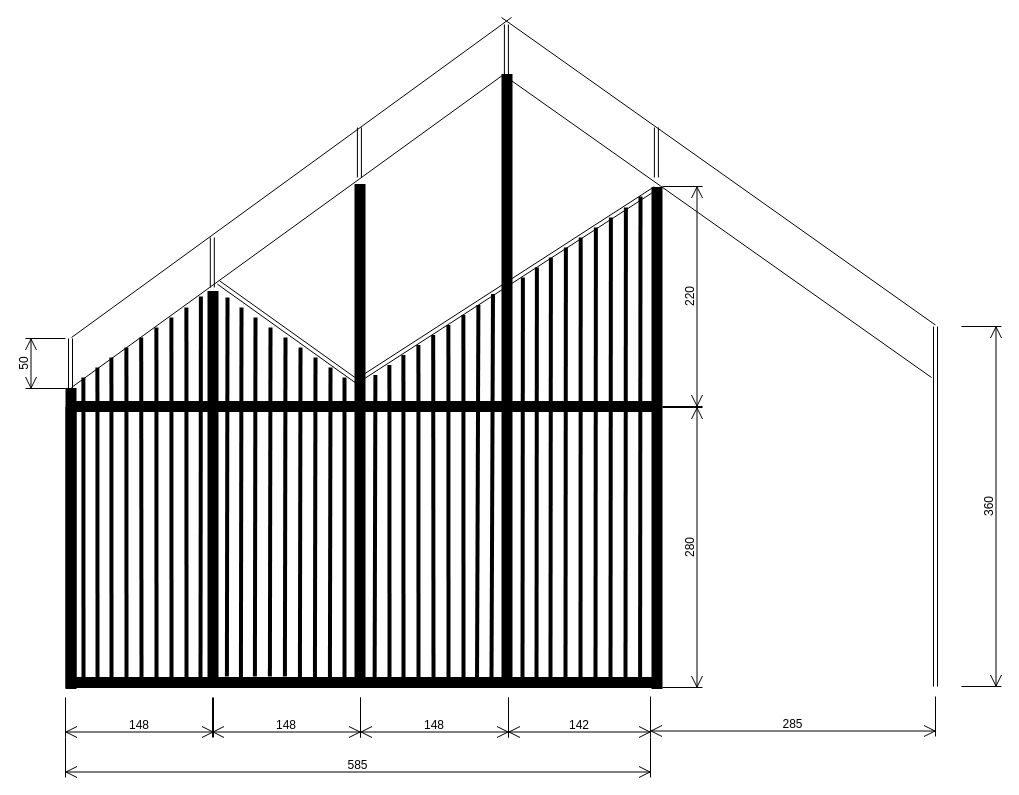
algimas/tmp keeps this draw.io diagram as page "smallFilled" (4 of 6) of House.drawio. Above is the earlier version. Source tidied: cells renumbered, new cells numbered last; positions are measured from the earlier drawing's top-left corner, leaving out a move shared by most shapes. Both pictures are drawn from the tidied source at 100%, with x=0, y=0 at pixel (25, 17).
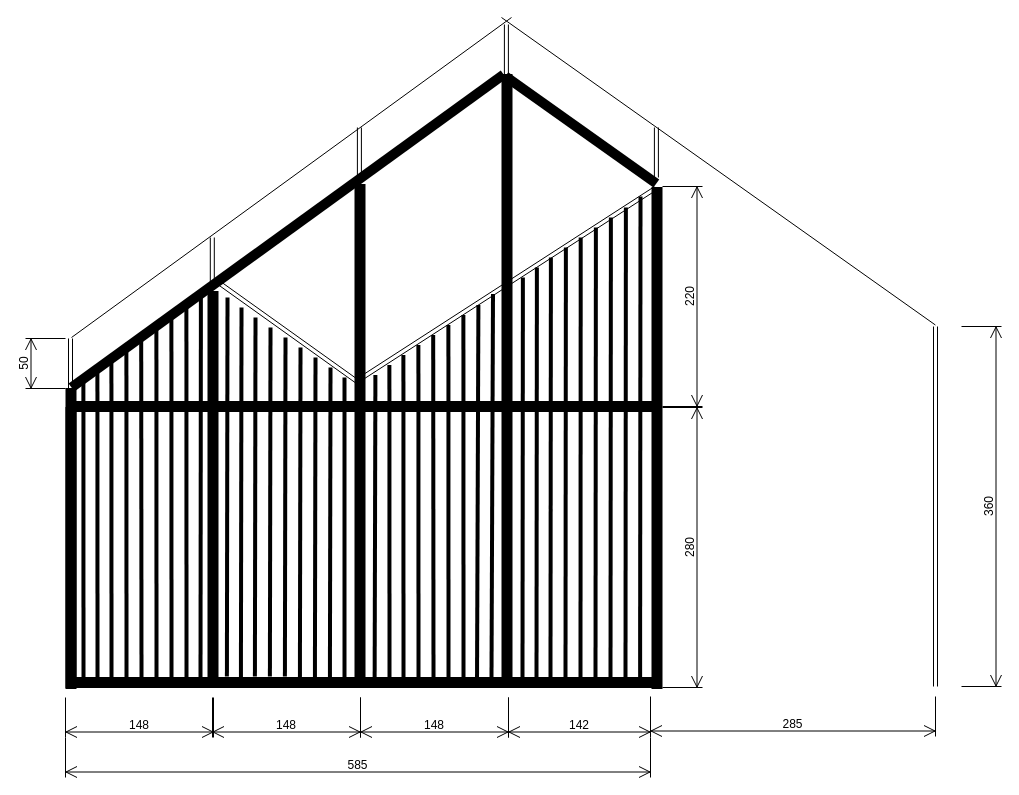
The same diagram, later.

The change refers to these unchanged cells:
```xml
<mxCell id="3" style="verticalLabelPosition=bottom;html=1;verticalAlign=top;align=center;shape=mxgraph.floorplan.wall;fillColor=strokeColor;direction=south;" parent="1" vertex="1">
  <mxGeometry x="476" y="57" width="11" height="613" as="geometry" />
</mxCell>
<mxCell id="5" style="verticalLabelPosition=bottom;html=1;verticalAlign=top;align=center;shape=mxgraph.floorplan.wall;fillColor=strokeColor;direction=south;" parent="1" vertex="1">
  <mxGeometry x="626" y="170" width="11" height="220" as="geometry" />
</mxCell>
```

What changed in the source:
```diff
@@
-    <mxCell id="4" style="endArrow=none;html=1;rounded=0;entryX=0.003;entryY=0.649;entryDx=0;entryDy=0;entryPerimeter=0;exitX=0.139;exitY=1;exitDx=0;exitDy=0;exitPerimeter=0;" parent="1" edge="1" target="3">
-      <mxGeometry relative="1" as="geometry">
-        <mxPoint x="906" y="360" as="sourcePoint" />
-      </mxGeometry>
+    <mxCell id="4" style="endArrow=none;html=1;rounded=0;entryX=0.003;entryY=0.649;entryDx=0;entryDy=0;entryPerimeter=0;exitX=-0.018;exitY=0.561;exitDx=0;exitDy=0;exitPerimeter=0;strokeWidth=10;" parent="1" edge="1" source="5" target="3">
+      <mxGeometry relative="1" as="geometry" />
     </mxCell>
@@
-    <mxCell id="23" style="endArrow=none;html=1;rounded=0;entryX=0;entryY=0.802;entryDx=0;entryDy=0;entryPerimeter=0;" parent="1" edge="1" target="3">
+    <mxCell id="23" style="endArrow=none;html=1;rounded=0;entryX=0;entryY=0.802;entryDx=0;entryDy=0;entryPerimeter=0;strokeWidth=10;" parent="1" edge="1" target="3">
       <mxGeometry relative="1" as="geometry">
         <mxPoint x="46" y="370" as="sourcePoint" />
       </mxGeometry>
     </mxCell>
```
